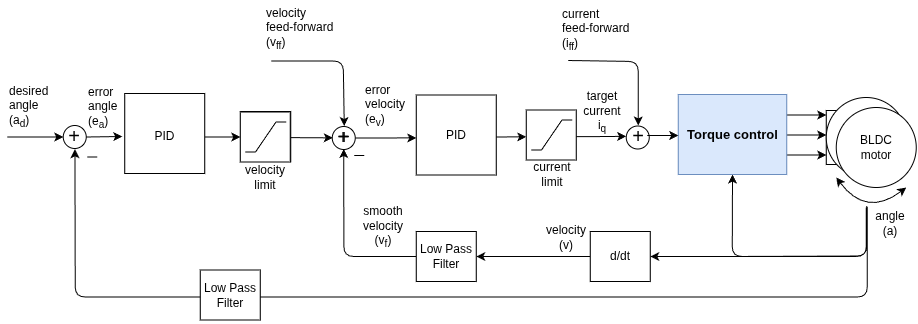
Above: extras/Images/a_b_i.drawio.png in simplefoc/simplefoc.github.io (draw.io), before the change. Source tidied: cells renumbered, new cells last; positions are measured from the earlier drawing's top-left corner, leaving out a move shared by most shapes.
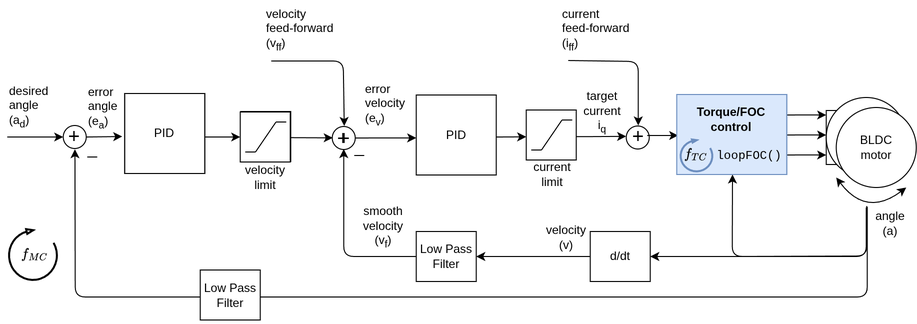
After the change.

The edit, as a diff of the source:
```diff
@@ -179,7 +179,7 @@
       </mxGeometry>
     </mxCell>
     <mxCell id="42" style="group;" parent="38" vertex="1">
-      <mxGeometry x="-121" y="-28" width="80" height="82.5" as="geometry" />
+      <mxGeometry x="-121" y="-28" width="80" height="185.3" as="geometry" />
     </mxCell>
     <mxCell id="43" style="whiteSpace=wrap;html=1;strokeColor=#000000;" parent="42" vertex="1">
       <mxGeometry width="80" height="80" as="geometry" />
@@ -187,130 +187,157 @@
     <mxCell id="44" value="PID" style="text;html=1;strokeColor=none;fillColor=none;align=center;verticalAlign=middle;whiteSpace=wrap;rounded=0;direction=south;" parent="42" vertex="1">
       <mxGeometry x="22.5" y="2.5" width="35" height="80" as="geometry" />
     </mxCell>
-    <mxCell id="45" style="ellipse;whiteSpace=wrap;html=1;strokeColor=#000000;" parent="38" vertex="1">
-      <mxGeometry x="-182.5" y="4" width="23" height="23" as="geometry" />
+    <mxCell id="45" style="whiteSpace=wrap;html=1;strokeColor=#000000;" parent="42" vertex="1">
+      <mxGeometry width="80" height="80" as="geometry" />
     </mxCell>
-    <mxCell id="46" style="endArrow=classic;html=1;exitX=1;exitY=0.5;exitDx=0;exitDy=0;" parent="38" edge="1" source="45">
-      <mxGeometry relative="1" as="geometry">
-        <mxPoint x="-123.5" y="15" as="targetPoint" />
-      </mxGeometry>
+    <mxCell id="46" value="PID" style="text;html=1;strokeColor=none;fillColor=none;align=center;verticalAlign=middle;whiteSpace=wrap;rounded=0;" parent="42" vertex="1">
+      <mxGeometry y="22.5" width="80" height="35" as="geometry" />
     </mxCell>
-    <mxCell id="47" style="endArrow=classic;html=1;entryX=0;entryY=0.5;entryDx=0;entryDy=0;" parent="38" edge="1" target="54">
-      <mxGeometry relative="1" as="geometry">
-        <mxPoint x="-41" y="15.5" as="sourcePoint" />
-      </mxGeometry>
+    <mxCell id="47" style="verticalLabelPosition=bottom;html=1;verticalAlign=top;strokeWidth=2;shape=mxgraph.lean_mapping.physical_pull;flipH=0;legacyAnchorPoints=0;flipV=1;rotation=-90;" parent="42" vertex="1">
+      <mxGeometry x="-117.2" y="137" width="51" height="48.3" as="geometry" />
     </mxCell>
-    <mxCell id="48" style="endArrow=classic;html=1;entryX=0.51;entryY=1.1;entryDx=0;entryDy=0;entryPerimeter=0;" parent="38" edge="1" target="51">
-      <mxGeometry relative="1" as="geometry">
-        <mxPoint x="621.5" y="85.5" as="sourcePoint" />
-        <Array as="points">
-          <mxPoint x="621.5" y="175.5" />
-          <mxPoint x="-170.5" y="175.5" />
-        </Array>
-      </mxGeometry>
+    <mxCell id="48" value="`f_{MC}`" style="text;html=1;whiteSpace=wrap;strokeColor=none;fillColor=none;align=center;verticalAlign=middle;rounded=0;" parent="42" vertex="1">
+      <mxGeometry x="-97.8" y="147.9" width="14.8" height="26.5" as="geometry" />
     </mxCell>
-    <mxCell id="49" style="endArrow=classic;html=1;entryX=0;entryY=0.5;entryDx=0;entryDy=0;" parent="38" edge="1" target="45">
-      <mxGeometry relative="1" as="geometry">
-        <mxPoint x="-238.5" y="15.5" as="sourcePoint" />
-      </mxGeometry>
+    <mxCell id="49" style="ellipse;whiteSpace=wrap;html=1;strokeColor=#000000;" parent="38" vertex="1">
+      <mxGeometry x="-182.5" y="4" width="23" height="23" as="geometry" />
     </mxCell>
-    <mxCell id="50" style="endArrow=none;html=1;" parent="38" edge="1">
+    <mxCell id="50" style="endArrow=classic;html=1;exitX=1;exitY=0.5;exitDx=0;exitDy=0;" parent="38" edge="1" source="49">
       <mxGeometry relative="1" as="geometry">
-        <mxPoint x="-158.5" y="35.5" as="sourcePoint" />
-        <mxPoint x="-148.5" y="35.5" as="targetPoint" />
-        <Array as="points">
-          <mxPoint x="-158.5" y="35.5" />
-        </Array>
+        <mxPoint x="-123.5" y="15" as="targetPoint" />
       </mxGeometry>
     </mxCell>
-    <mxCell id="51" value="&lt;font style=&quot;font-size: 20px&quot;&gt;+&lt;/font&gt;" style="text;html=1;strokeColor=none;fillColor=none;align=center;verticalAlign=middle;whiteSpace=wrap;rounded=0;" parent="38" vertex="1">
-      <mxGeometry x="-181" y="3.5" width="20" height="22" as="geometry" />
+    <mxCell id="51" style="endArrow=classic;html=1;entryX=0;entryY=0.5;entryDx=0;entryDy=0;" parent="38" edge="1" target="58">
+      <mxGeometry relative="1" as="geometry">
+        <mxPoint x="-41" y="15.5" as="sourcePoint" />
+      </mxGeometry>
     </mxCell>
-    <mxCell id="52" value="&lt;span style=&quot;text-align: center ; white-space: normal&quot;&gt;error&lt;br&gt;angle&amp;nbsp;&lt;br&gt;(e&lt;sub&gt;a&lt;/sub&gt;)&lt;/span&gt;" style="text;html=1;align=left;verticalAlign=top;spacingTop=-4;" parent="38" vertex="1">
-      <mxGeometry x="-159.5" y="-39.5" width="50" height="50" as="geometry" />
+    <mxCell id="52" style="endArrow=classic;html=1;entryX=0.51;entryY=1.1;entryDx=0;entryDy=0;entryPerimeter=0;" parent="38" edge="1" target="55">
+      <mxGeometry relative="1" as="geometry">
+        <mxPoint x="621.5" y="85.5" as="sourcePoint" />
+        <Array as="points">
+          <mxPoint x="621.5" y="175.5" />
+          <mxPoint x="-170.5" y="175.5" />
+        </Array>
+      </mxGeometry>
     </mxCell>
-    <mxCell id="53" value="desired&lt;br&gt;angle&lt;br&gt;(a&lt;sub&gt;d&lt;/sub&gt;)" style="text;html=1;" parent="38" vertex="1">
-      <mxGeometry x="-238.5" y="-44.5" width="40" height="70" as="geometry" />
+    <mxCell id="53" style="endArrow=classic;html=1;entryX=0;entryY=0.5;entryDx=0;entryDy=0;" parent="38" edge="1" target="49">
+      <mxGeometry relative="1" as="geometry">
+        <mxPoint x="-238.5" y="15.5" as="sourcePoint" />
+      </mxGeometry>
     </mxCell>
-    <mxCell id="54" style="whiteSpace=wrap;html=1;" parent="38" vertex="1">
-      <mxGeometry x="-5.5" y="-9.5" width="50" height="50" as="geometry" />
+    <mxCell id="54" style="endArrow=none;html=1;" parent="38" edge="1">
+      <mxGeometry relative="1" as="geometry">
+        <mxPoint x="-158.5" y="35.5" as="sourcePoint" />
+        <mxPoint x="-148.5" y="35.5" as="targetPoint" />
+        <Array as="points">
+          <mxPoint x="-158.5" y="35.5" />
+        </Array>
+      </mxGeometry>
     </mxCell>
-    <mxCell id="55" style="group;" parent="38" vertex="1">
-      <mxGeometry x="-0.5" y="0.5" width="41" height="30" as="geometry" />
+    <mxCell id="55" value="&lt;font style=&quot;font-size: 20px&quot;&gt;+&lt;/font&gt;" style="text;html=1;strokeColor=none;fillColor=none;align=center;verticalAlign=middle;whiteSpace=wrap;rounded=0;" parent="38" vertex="1">
+      <mxGeometry x="-181" y="3.5" width="20" height="22" as="geometry" />
     </mxCell>
-    <mxCell id="56" style="endArrow=none;html=1;" parent="55" edge="1">
-      <mxGeometry relative="1" as="geometry">
-        <mxPoint x="10.2" y="30" as="sourcePoint" />
-        <mxPoint x="30.8" as="targetPoint" />
-      </mxGeometry>
+    <mxCell id="56" value="&lt;span style=&quot;text-align: center ; white-space: normal&quot;&gt;error&lt;br&gt;angle&amp;nbsp;&lt;br&gt;(e&lt;sub&gt;a&lt;/sub&gt;)&lt;/span&gt;" style="text;html=1;align=left;verticalAlign=top;spacingTop=-4;" parent="38" vertex="1">
+      <mxGeometry x="-159.5" y="-39.5" width="50" height="50" as="geometry" />
     </mxCell>
-    <mxCell id="57" style="endArrow=none;html=1;" parent="55" edge="1">
-      <mxGeometry relative="1" as="geometry">
-        <mxPoint x="30.8" as="sourcePoint" />
-        <mxPoint x="41" as="targetPoint" />
-      </mxGeometry>
+    <mxCell id="57" value="desired&lt;br&gt;angle&lt;br&gt;(a&lt;sub&gt;d&lt;/sub&gt;)" style="text;html=1;" parent="38" vertex="1">
+      <mxGeometry x="-238.5" y="-44.5" width="40" height="70" as="geometry" />
     </mxCell>
-    <mxCell id="58" style="endArrow=none;html=1;" parent="55" edge="1">
-      <mxGeometry relative="1" as="geometry">
-        <mxPoint y="30" as="sourcePoint" />
-        <mxPoint x="10.2" y="30" as="targetPoint" />
-      </mxGeometry>
+    <mxCell id="58" style="whiteSpace=wrap;html=1;" parent="38" vertex="1">
+      <mxGeometry x="-5.5" y="-9.5" width="50" height="50" as="geometry" />
     </mxCell>
-    <mxCell id="59" value="velocity&lt;br&gt;limit" style="text;html=1;strokeColor=none;fillColor=none;align=center;verticalAlign=middle;whiteSpace=wrap;rounded=0;" parent="38" vertex="1">
-      <mxGeometry x="-0.5" y="45.5" width="40" height="20" as="geometry" />
+    <mxCell id="59" style="group;" parent="38" vertex="1">
+      <mxGeometry x="-0.5" y="0.5" width="41" height="30" as="geometry" />
     </mxCell>
-    <mxCell id="60" value="Low Pass&lt;br&gt;Filter" style="rounded=0;whiteSpace=wrap;html=1;strokeColor=#000000;" parent="38" vertex="1">
-      <mxGeometry x="-45.5" y="148.5" width="60" height="50" as="geometry" />
+    <mxCell id="60" style="endArrow=none;html=1;" parent="59" edge="1">
+      <mxGeometry relative="1" as="geometry">
+        <mxPoint x="10.2" y="30" as="sourcePoint" />
+        <mxPoint x="30.8" as="targetPoint" />
+      </mxGeometry>
     </mxCell>
-    <mxCell id="61" style="endArrow=classic;html=1;entryX=0.5;entryY=1;entryDx=0;entryDy=0;" parent="1" edge="1" target="62">
+    <mxCell id="61" style="endArrow=none;html=1;" parent="59" edge="1">
       <mxGeometry relative="1" as="geometry">
-        <mxPoint x="859.2" y="205.5" as="sourcePoint" />
-        <Array as="points">
-          <mxPoint x="859.2" y="255.5" />
-          <mxPoint x="724.8" y="256" />
-        </Array>
+        <mxPoint x="30.8" as="sourcePoint" />
+        <mxPoint x="41" as="targetPoint" />
       </mxGeometry>
     </mxCell>
-    <mxCell id="62" value="&lt;b style=&quot;font-size: 13px&quot;&gt;Torque control&lt;br&gt;&lt;/b&gt;" style="rounded=0;whiteSpace=wrap;html=1;fillColor=#dae8fc;strokeColor=#6c8ebf;" parent="1" vertex="1">
-      <mxGeometry x="670.8" y="94" width="108.5" height="80" as="geometry" />
+    <mxCell id="62" style="endArrow=none;html=1;" parent="59" edge="1">
+      <mxGeometry relative="1" as="geometry">
+        <mxPoint y="30" as="sourcePoint" />
+        <mxPoint x="10.2" y="30" as="targetPoint" />
+      </mxGeometry>
     </mxCell>
-    <mxCell id="63" style="ellipse;whiteSpace=wrap;html=1;strokeColor=#000000;" parent="1" vertex="1">
-      <mxGeometry x="618.8" y="125.5" width="23" height="23" as="geometry" />
+    <mxCell id="63" value="velocity&lt;br&gt;limit" style="text;html=1;strokeColor=none;fillColor=none;align=center;verticalAlign=middle;whiteSpace=wrap;rounded=0;" parent="38" vertex="1">
+      <mxGeometry x="-0.5" y="45.5" width="40" height="20" as="geometry" />
     </mxCell>
-    <mxCell id="64" style="edgeStyle=orthogonalEdgeStyle;rounded=0;jettySize=auto;html=1;exitX=1;exitY=0.5;exitDx=0;exitDy=0;entryX=0;entryY=0.5;entryDx=0;entryDy=0;" parent="1" edge="1" source="65">
-      <mxGeometry relative="1" as="geometry">
-        <mxPoint x="670.8" y="135" as="targetPoint" />
-      </mxGeometry>
+    <mxCell id="64" value="Low Pass&lt;br&gt;Filter" style="rounded=0;whiteSpace=wrap;html=1;strokeColor=#000000;" parent="38" vertex="1">
+      <mxGeometry x="-45.5" y="148.5" width="60" height="50" as="geometry" />
     </mxCell>
-    <mxCell id="65" value="&lt;font style=&quot;font-size: 20px&quot;&gt;+&lt;/font&gt;" style="text;html=1;strokeColor=none;fillColor=none;align=center;verticalAlign=middle;whiteSpace=wrap;rounded=0;" parent="1" vertex="1">
-      <mxGeometry x="621.8" y="123" width="18" height="24" as="geometry" />
+    <mxCell id="65" style="endArrow=classic;html=1;entryX=0.5;entryY=1;entryDx=0;entryDy=0;" parent="1" edge="1" target="66">
+      <mxGeometry relative="1" as="geometry">
+        <mxPoint x="859.2" y="205.5" as="sourcePoint" />
+        <Array as="points">
+          <mxPoint x="859.2" y="255.5" />
+          <mxPoint x="724.8" y="256" />
+        </Array>
+      </mxGeometry>
     </mxCell>
-    <mxCell id="66" style="endArrow=classic;html=1;" parent="1" edge="1">
-      <mxGeometry relative="1" as="geometry">
-        <mxPoint x="560.8" y="60" as="sourcePoint" />
-        <mxPoint x="630.8" y="125" as="targetPoint" />
-        <Array as="points">
-          <mxPoint x="630.8" y="61" />
-        </Array>
-      </mxGeometry>
+    <mxCell id="66" value="&lt;b style=&quot;font-size: 13px&quot;&gt;Torque control&lt;br&gt;&lt;/b&gt;" style="rounded=0;whiteSpace=wrap;html=1;fillColor=#dae8fc;strokeColor=#6c8ebf;" parent="1" vertex="1">
+      <mxGeometry x="670.8" y="94" width="108.5" height="80" as="geometry" />
     </mxCell>
-    <mxCell id="67" value="current&lt;br&gt;&lt;div&gt;&lt;span style=&quot;background-color: transparent; color: light-dark(rgb(0, 0, 0), rgb(255, 255, 255));&quot;&gt;feed-forward&amp;nbsp;&lt;/span&gt;&lt;/div&gt;&lt;div&gt;&lt;span style=&quot;background-color: transparent; color: light-dark(rgb(0, 0, 0), rgb(255, 255, 255));&quot;&gt;(i&lt;/span&gt;&lt;sub style=&quot;background-color: transparent; color: light-dark(rgb(0, 0, 0), rgb(255, 255, 255));&quot;&gt;ff&lt;/sub&gt;&lt;span style=&quot;background-color: transparent; color: light-dark(rgb(0, 0, 0), rgb(255, 255, 255));&quot;&gt;)&lt;/span&gt;&lt;/div&gt;" style="text;whiteSpace=wrap;html=1;" parent="1" vertex="1">
-      <mxGeometry x="553.2" width="100" height="70" as="geometry" />
+    <mxCell id="67" style="ellipse;whiteSpace=wrap;html=1;strokeColor=#000000;" parent="1" vertex="1">
+      <mxGeometry x="618.8" y="125.5" width="23" height="23" as="geometry" />
     </mxCell>
-    <mxCell id="68" value="&lt;font style=&quot;font-size: 20px&quot;&gt;+&lt;/font&gt;" style="text;html=1;strokeColor=none;fillColor=none;align=center;verticalAlign=middle;whiteSpace=wrap;rounded=0;" parent="1" vertex="1">
-      <mxGeometry x="327.8" y="124.5" width="18" height="24" as="geometry" />
+    <mxCell id="68" style="edgeStyle=orthogonalEdgeStyle;rounded=0;jettySize=auto;html=1;exitX=1;exitY=0.5;exitDx=0;exitDy=0;entryX=0;entryY=0.5;entryDx=0;entryDy=0;" parent="1" edge="1" source="69">
+      <mxGeometry relative="1" as="geometry">
+        <mxPoint x="670.8" y="135" as="targetPoint" />
+      </mxGeometry>
     </mxCell>
-    <mxCell id="69" style="endArrow=classic;html=1;" parent="1" edge="1">
-      <mxGeometry relative="1" as="geometry">
-        <mxPoint x="263.8" y="60.5" as="sourcePoint" />
-        <mxPoint x="336.8" y="125.5" as="targetPoint" />
-        <Array as="points">
-          <mxPoint x="335.8" y="60.5" />
-        </Array>
-      </mxGeometry>
+    <mxCell id="69" value="&lt;font style=&quot;font-size: 20px&quot;&gt;+&lt;/font&gt;" style="text;html=1;strokeColor=none;fillColor=none;align=center;verticalAlign=middle;whiteSpace=wrap;rounded=0;" parent="1" vertex="1">
+      <mxGeometry x="621.8" y="123" width="18" height="24" as="geometry" />
     </mxCell>
-    <mxCell id="70" value="velocity&lt;br&gt;&lt;div&gt;&lt;span style=&quot;background-color: transparent; color: light-dark(rgb(0, 0, 0), rgb(255, 255, 255));&quot;&gt;feed-forward&amp;nbsp;&lt;/span&gt;&lt;/div&gt;&lt;div&gt;&lt;span style=&quot;background-color: transparent; color: light-dark(rgb(0, 0, 0), rgb(255, 255, 255));&quot;&gt;(v&lt;/span&gt;&lt;sub style=&quot;background-color: transparent; color: light-dark(rgb(0, 0, 0), rgb(255, 255, 255));&quot;&gt;ff&lt;/sub&gt;&lt;span style=&quot;background-color: transparent; color: light-dark(rgb(0, 0, 0), rgb(255, 255, 255));&quot;&gt;)&lt;/span&gt;&lt;/div&gt;" style="text;whiteSpace=wrap;html=1;" parent="1" vertex="1">
-      <mxGeometry x="256.8" y="-0.5" width="100" height="70" as="geometry" />
+    <mxCell id="70" style="endArrow=classic;html=1;" parent="1" edge="1">
+      <mxGeometry relative="1" as="geometry">
+        <mxPoint x="560.8" y="60" as="sourcePoint" />
+        <mxPoint x="630.8" y="125" as="targetPoint" />
+        <Array as="points">
+          <mxPoint x="630.8" y="61" />
+        </Array>
+      </mxGeometry>
     </mxCell>
+    <mxCell id="71" value="current&lt;br&gt;&lt;div&gt;&lt;span style=&quot;background-color: transparent; color: light-dark(rgb(0, 0, 0), rgb(255, 255, 255));&quot;&gt;feed-forward&amp;nbsp;&lt;/span&gt;&lt;/div&gt;&lt;div&gt;&lt;span style=&quot;background-color: transparent; color: light-dark(rgb(0, 0, 0), rgb(255, 255, 255));&quot;&gt;(i&lt;/span&gt;&lt;sub style=&quot;background-color: transparent; color: light-dark(rgb(0, 0, 0), rgb(255, 255, 255));&quot;&gt;ff&lt;/sub&gt;&lt;span style=&quot;background-color: transparent; color: light-dark(rgb(0, 0, 0), rgb(255, 255, 255));&quot;&gt;)&lt;/span&gt;&lt;/div&gt;" style="text;whiteSpace=wrap;html=1;" parent="1" vertex="1">
+      <mxGeometry x="553.2" width="100" height="70" as="geometry" />
+    </mxCell>
+    <mxCell id="72" value="&lt;font style=&quot;font-size: 20px&quot;&gt;+&lt;/font&gt;" style="text;html=1;strokeColor=none;fillColor=none;align=center;verticalAlign=middle;whiteSpace=wrap;rounded=0;" parent="1" vertex="1">
+      <mxGeometry x="327.8" y="124.5" width="18" height="24" as="geometry" />
+    </mxCell>
+    <mxCell id="73" style="endArrow=classic;html=1;" parent="1" edge="1">
+      <mxGeometry relative="1" as="geometry">
+        <mxPoint x="263.8" y="60.5" as="sourcePoint" />
+        <mxPoint x="336.8" y="125.5" as="targetPoint" />
+        <Array as="points">
+          <mxPoint x="335.8" y="60.5" />
+        </Array>
+      </mxGeometry>
+    </mxCell>
+    <mxCell id="74" value="velocity&lt;br&gt;&lt;div&gt;&lt;span style=&quot;background-color: transparent; color: light-dark(rgb(0, 0, 0), rgb(255, 255, 255));&quot;&gt;feed-forward&amp;nbsp;&lt;/span&gt;&lt;/div&gt;&lt;div&gt;&lt;span style=&quot;background-color: transparent; color: light-dark(rgb(0, 0, 0), rgb(255, 255, 255));&quot;&gt;(v&lt;/span&gt;&lt;sub style=&quot;background-color: transparent; color: light-dark(rgb(0, 0, 0), rgb(255, 255, 255));&quot;&gt;ff&lt;/sub&gt;&lt;span style=&quot;background-color: transparent; color: light-dark(rgb(0, 0, 0), rgb(255, 255, 255));&quot;&gt;)&lt;/span&gt;&lt;/div&gt;" style="text;whiteSpace=wrap;html=1;" parent="1" vertex="1">
+      <mxGeometry x="256.8" y="-0.5" width="100" height="70" as="geometry" />
+    </mxCell>
+    <mxCell id="75" style="group;" parent="1" vertex="1">
+      <mxGeometry x="669.2" y="94" width="110" height="80" as="geometry" />
+    </mxCell>
+    <mxCell id="76" value="&lt;div style=&quot;&quot;&gt;&lt;b style=&quot;background-color: transparent; color: light-dark(rgb(0, 0, 0), rgb(255, 255, 255));&quot;&gt;Torque/FOC&lt;/b&gt;&lt;/div&gt;&lt;div style=&quot;&quot;&gt;&lt;b style=&quot;background-color: transparent; color: light-dark(rgb(0, 0, 0), rgb(255, 255, 255));&quot;&gt;control&lt;br&gt;&lt;br&gt;&lt;/b&gt;&lt;/div&gt;&lt;div style=&quot;&quot;&gt;&lt;span style=&quot;background-color: transparent; color: light-dark(rgb(0, 0, 0), rgb(255, 255, 255)); font-family: &amp;quot;Courier New&amp;quot;;&quot;&gt;&amp;nbsp; &amp;nbsp; &amp;nbsp;loopFOC()&lt;/span&gt;&lt;/div&gt;" style="rounded=0;whiteSpace=wrap;html=1;fillColor=#dae8fc;strokeColor=#6c8ebf;align=center;" parent="75" vertex="1">
+      <mxGeometry width="110" height="80" as="geometry" />
+    </mxCell>
+    <mxCell id="77" style="group;" parent="75" vertex="1">
+      <mxGeometry x="3.8" y="45" width="32" height="32" as="geometry" />
+    </mxCell>
+    <mxCell id="78" style="verticalLabelPosition=bottom;html=1;verticalAlign=top;strokeWidth=2;shape=mxgraph.lean_mapping.physical_pull;flipH=0;legacyAnchorPoints=0;flipV=1;rotation=-90;fillColor=#dae8fc;strokeColor=#6c8ebf;" parent="77" vertex="1">
+      <mxGeometry width="32" height="32" as="geometry" />
+    </mxCell>
+    <mxCell id="79" value="`f_{TC}`" style="text;html=1;whiteSpace=wrap;strokeColor=none;fillColor=none;align=center;verticalAlign=middle;rounded=0;" parent="77" vertex="1">
+      <mxGeometry x="2.9" y="2" width="26.2" height="25" as="geometry" />
+    </mxCell>
   </root>
 </mxGraphModel>
```
